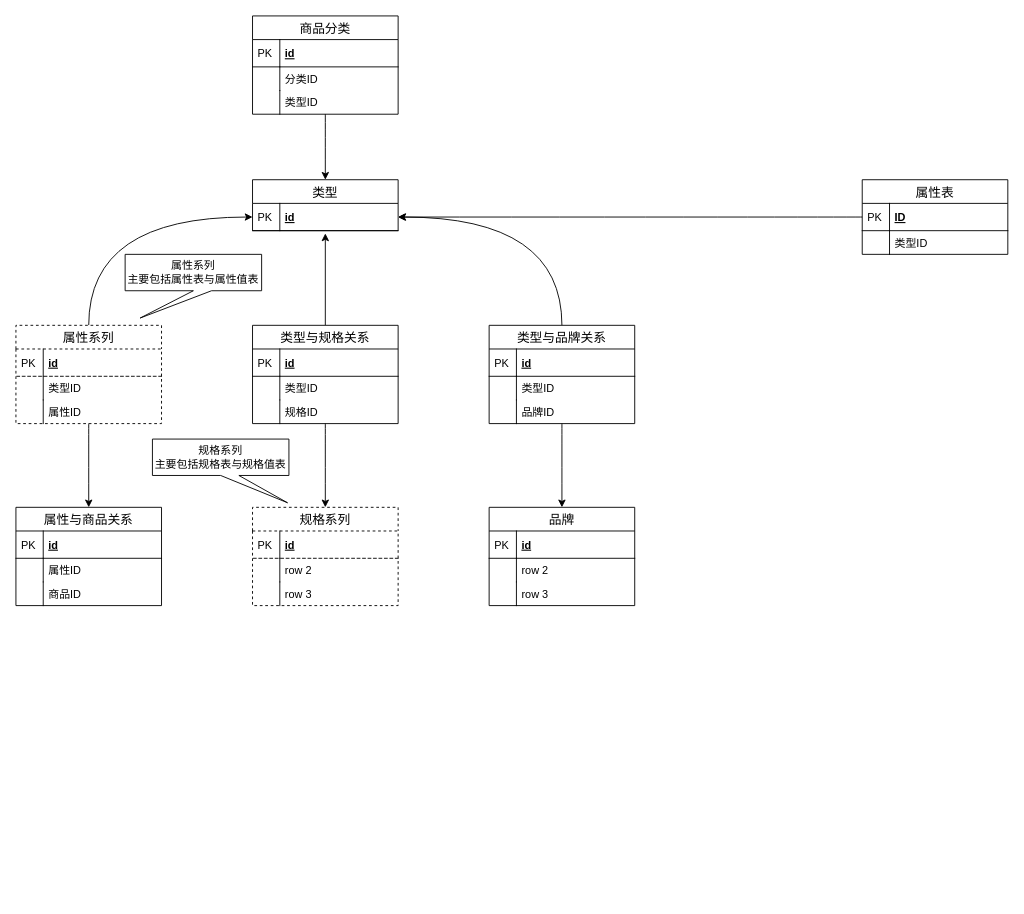
The draw.io diagram page "商品模块数据库设计" (1 of 10) of src/dragon.drawio in ab-doc/draw.io, before the edit. Source tidied: cells renumbered, new cells numbered last; positions are measured from the earlier drawing's top-left corner, leaving out a move shared by most shapes. Both pictures are drawn from the tidied source at 91%, with x=0, y=0 at pixel (15, 15).
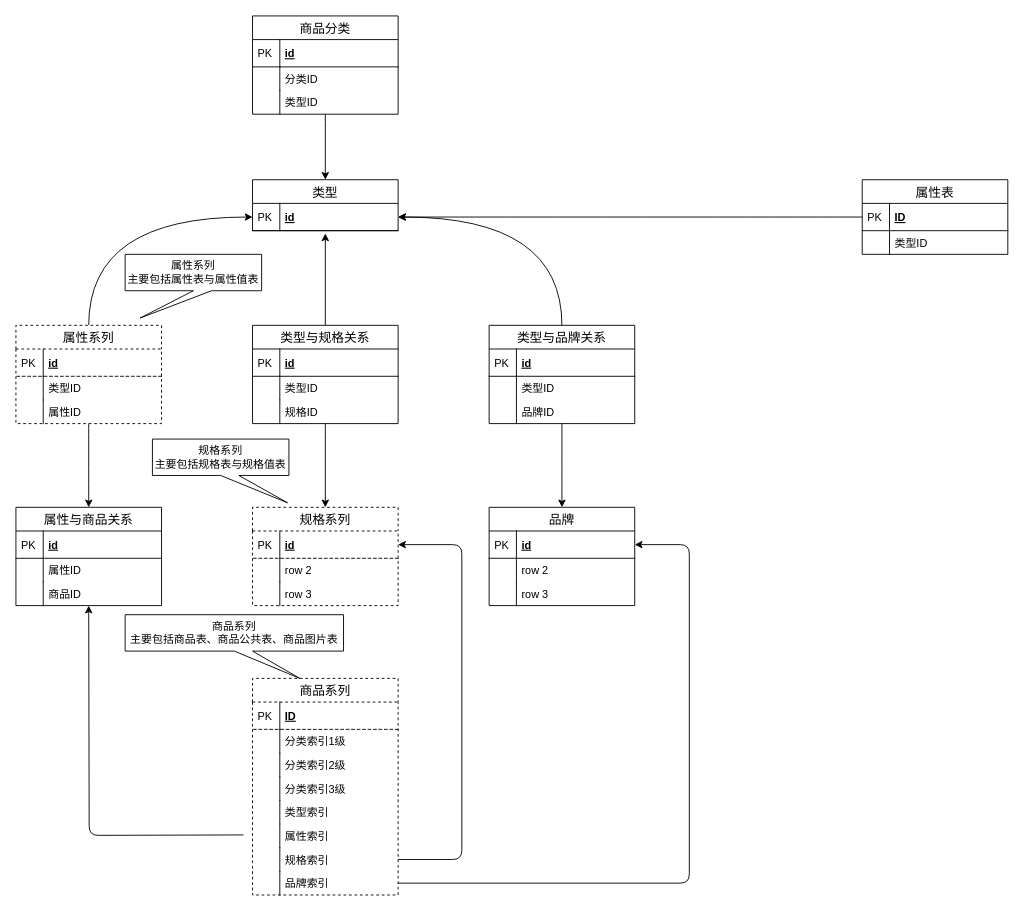
After the change.

The change refers to these unchanged cells:
```xml
<mxCell id="11" value="id" style="shape=partialRectangle;top=0;left=0;right=0;bottom=1;align=left;verticalAlign=middle;fillColor=none;spacingLeft=34;spacingRight=4;overflow=hidden;points=[[0,0.5],[1,0.5]];portConstraint=eastwest;fontStyle=5;fontSize=12;dashed=1;" parent="10" vertex="1">
  <mxGeometry y="26" width="160" height="30" as="geometry" />
</mxCell>
<mxCell id="39" value="id" style="shape=partialRectangle;top=0;left=0;right=0;bottom=1;align=left;verticalAlign=middle;fillColor=none;spacingLeft=34;spacingRight=4;overflow=hidden;points=[[0,0.5],[1,0.5]];portConstraint=eastwest;fontStyle=5;fontSize=12;" parent="38" vertex="1">
  <mxGeometry y="26" width="160" height="30" as="geometry" />
</mxCell>
```

What changed in the source:
```diff
@@
+    <mxCell id="69" value="商品系列" style="swimlane;fontStyle=0;horizontal=1;startSize=26;align=center;fontSize=14;dashed=1;" parent="1" vertex="1">
+      <mxGeometry x="260" y="728" width="160" height="238" as="geometry" />
+    </mxCell>
+    <mxCell id="70" value="ID" style="shape=partialRectangle;top=0;left=0;right=0;bottom=1;align=left;verticalAlign=middle;fillColor=none;spacingLeft=34;spacingRight=4;overflow=hidden;fontStyle=5;fontSize=12;dashed=1;" parent="69" vertex="1">
+      <mxGeometry y="26" width="160" height="30" as="geometry" />
+    </mxCell>
+    <mxCell id="71" value="PK" style="shape=partialRectangle;top=0;left=0;bottom=0;fillColor=none;align=left;verticalAlign=middle;spacingLeft=4;spacingRight=4;overflow=hidden;fontSize=12;" parent="70" vertex="1">
+      <mxGeometry width="30" height="30" as="geometry" />
+    </mxCell>
+    <mxCell id="72" value="分类索引1级" style="shape=partialRectangle;top=0;left=0;right=0;bottom=0;align=left;verticalAlign=top;fillColor=none;spacingLeft=34;spacingRight=4;overflow=hidden;fontSize=12;dashed=1;" parent="69" vertex="1">
+      <mxGeometry y="56" width="160" height="26" as="geometry" />
+    </mxCell>
+    <mxCell id="73" style="shape=partialRectangle;top=0;left=0;bottom=0;fillColor=none;align=left;verticalAlign=top;spacingLeft=4;spacingRight=4;overflow=hidden;fontSize=12;" parent="72" vertex="1">
+      <mxGeometry width="30" height="26" as="geometry" />
+    </mxCell>
+    <mxCell id="74" value="分类索引2级" style="shape=partialRectangle;top=0;left=0;right=0;bottom=0;align=left;verticalAlign=top;fillColor=none;spacingLeft=34;spacingRight=4;overflow=hidden;fontSize=12;dashed=1;" parent="69" vertex="1">
+      <mxGeometry y="82" width="160" height="26" as="geometry" />
+    </mxCell>
+    <mxCell id="75" style="shape=partialRectangle;top=0;left=0;bottom=0;fillColor=none;align=left;verticalAlign=top;spacingLeft=4;spacingRight=4;overflow=hidden;fontSize=12;" parent="74" vertex="1">
+      <mxGeometry width="30" height="26" as="geometry" />
+    </mxCell>
+    <mxCell id="76" value="分类索引3级" style="shape=partialRectangle;top=0;left=0;right=0;bottom=0;align=left;verticalAlign=top;fillColor=none;spacingLeft=34;spacingRight=4;overflow=hidden;fontSize=12;dashed=1;" parent="69" vertex="1">
+      <mxGeometry y="108" width="160" height="26" as="geometry" />
+    </mxCell>
+    <mxCell id="77" style="shape=partialRectangle;top=0;left=0;bottom=0;fillColor=none;align=left;verticalAlign=top;spacingLeft=4;spacingRight=4;overflow=hidden;fontSize=12;" parent="76" vertex="1">
+      <mxGeometry width="30" height="26" as="geometry" />
+    </mxCell>
+    <mxCell id="78" value="类型索引" style="shape=partialRectangle;top=0;left=0;right=0;bottom=0;align=left;verticalAlign=top;fillColor=none;spacingLeft=34;spacingRight=4;overflow=hidden;fontSize=12;dashed=1;" parent="69" vertex="1">
+      <mxGeometry y="134" width="160" height="26" as="geometry" />
+    </mxCell>
+    <mxCell id="79" style="shape=partialRectangle;top=0;left=0;bottom=0;fillColor=none;align=left;verticalAlign=top;spacingLeft=4;spacingRight=4;overflow=hidden;fontSize=12;" parent="78" vertex="1">
+      <mxGeometry width="30" height="26" as="geometry" />
+    </mxCell>
+    <mxCell id="80" value="属性索引" style="shape=partialRectangle;top=0;left=0;right=0;bottom=0;align=left;verticalAlign=top;fillColor=none;spacingLeft=34;spacingRight=4;overflow=hidden;fontSize=12;dashed=1;" parent="69" vertex="1">
+      <mxGeometry y="160" width="160" height="26" as="geometry" />
+    </mxCell>
+    <mxCell id="81" style="shape=partialRectangle;top=0;left=0;bottom=0;fillColor=none;align=left;verticalAlign=top;spacingLeft=4;spacingRight=4;overflow=hidden;fontSize=12;" parent="80" vertex="1">
+      <mxGeometry width="30" height="26" as="geometry" />
+    </mxCell>
+    <mxCell id="82" value="规格索引" style="shape=partialRectangle;top=0;left=0;right=0;bottom=0;align=left;verticalAlign=top;fillColor=none;spacingLeft=34;spacingRight=4;overflow=hidden;points=[[0,0.5],[1,0.5]];portConstraint=eastwest;fontSize=12;dashed=1;" parent="69" vertex="1">
+      <mxGeometry y="186" width="160" height="26" as="geometry" />
+    </mxCell>
+    <mxCell id="83" style="shape=partialRectangle;top=0;left=0;bottom=0;fillColor=none;align=left;verticalAlign=top;spacingLeft=4;spacingRight=4;overflow=hidden;fontSize=12;" parent="82" vertex="1">
+      <mxGeometry width="30" height="26" as="geometry" />
+    </mxCell>
+    <mxCell id="84" value="品牌索引" style="shape=partialRectangle;top=0;left=0;right=0;bottom=0;align=left;verticalAlign=top;fillColor=none;spacingLeft=34;spacingRight=4;overflow=hidden;points=[[0,0.5],[1,0.5]];portConstraint=eastwest;fontSize=12;dashed=1;" parent="69" vertex="1">
+      <mxGeometry y="212" width="160" height="26" as="geometry" />
+    </mxCell>
+    <mxCell id="85" style="shape=partialRectangle;top=0;left=0;bottom=0;fillColor=none;align=left;verticalAlign=top;spacingLeft=4;spacingRight=4;overflow=hidden;fontSize=12;" parent="84" vertex="1">
+      <mxGeometry width="30" height="26" as="geometry" />
+    </mxCell>
@@
+    <mxCell id="86" style="endArrow=classic;html=1;edgeStyle=orthogonalEdgeStyle;" parent="1" edge="1">
+      <mxGeometry relative="1" as="geometry">
+        <mxPoint x="250" y="900" as="sourcePoint" />
+        <mxPoint x="80" y="648" as="targetPoint" />
+      </mxGeometry>
+    </mxCell>
+    <mxCell id="87" style="endArrow=classic;html=1;edgeStyle=orthogonalEdgeStyle;entryX=1;entryY=0.5;entryDx=0;entryDy=0;" parent="1" edge="1" source="84" target="39">
+      <mxGeometry relative="1" as="geometry">
+        <Array as="points">
+          <mxPoint x="740" y="953" />
+          <mxPoint x="740" y="581" />
+        </Array>
+      </mxGeometry>
+    </mxCell>
+    <mxCell id="88" style="endArrow=classic;html=1;edgeStyle=orthogonalEdgeStyle;entryX=1;entryY=0.5;entryDx=0;entryDy=0;exitX=1;exitY=0.5;exitDx=0;exitDy=0;" parent="1" edge="1" source="82" target="11">
+      <mxGeometry relative="1" as="geometry">
+        <Array as="points">
+          <mxPoint x="490" y="927" />
+          <mxPoint x="490" y="581" />
+        </Array>
+      </mxGeometry>
+    </mxCell>
+    <mxCell id="89" value="商品系列&lt;br&gt;主要包括商品表、商品公共表、商品图片表" style="shape=callout;whiteSpace=wrap;html=1;perimeter=calloutPerimeter;direction=east;position2=0.8;align=center;" parent="1" vertex="1">
+      <mxGeometry x="120" y="658" width="240" height="70" as="geometry" />
+    </mxCell>
```
